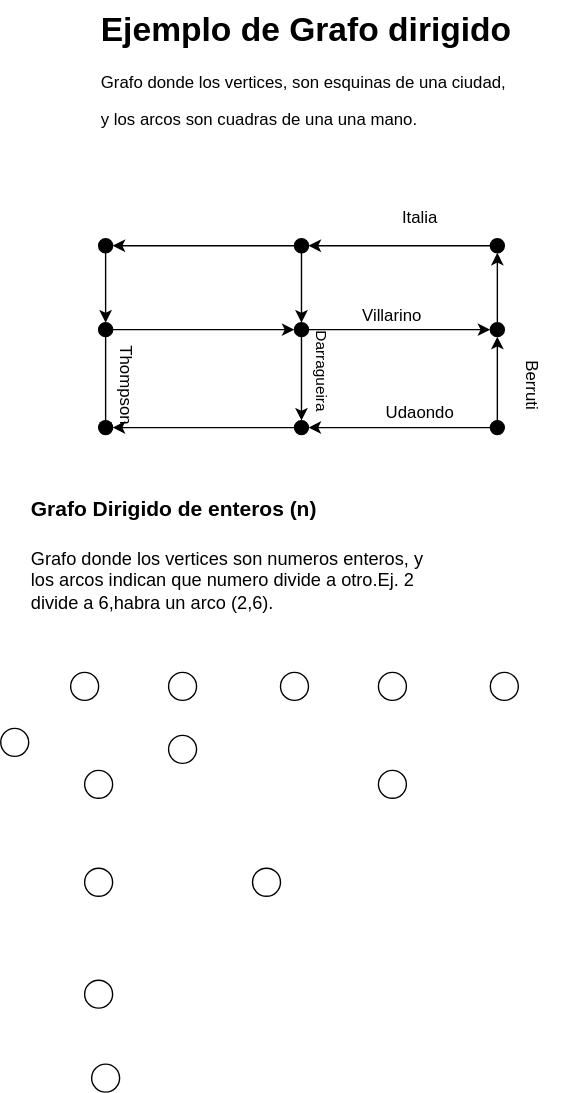
Nordcode-cyber/Algoritmos-Estructdatos keeps this draw.io diagram as Estructura-de-datos/Grafos/ejemplo-grafodir.drawio.svg. Above is the earlier version. Source tidied: cells renumbered, new cells last; positions are measured from the earlier drawing's top-left corner, leaving out a move shared by most shapes. Its diagram source:
```xml
<mxGraphModel>
  <root>
    <mxCell id="0" />
    <mxCell id="1" parent="0" />
    <mxCell id="2" value="&lt;h1 style=&quot;margin-top: 0px;&quot;&gt;Ejemplo de Grafo dirigido&lt;/h1&gt;&lt;p&gt;Grafo donde los vertices, son esquinas de una ciudad,&lt;/p&gt;&lt;p&gt;y los arcos son cuadras de una una mano.&lt;/p&gt;" style="text;html=1;whiteSpace=wrap;overflow=hidden;rounded=0;" parent="1" vertex="1">
      <mxGeometry x="70" width="330" height="120" as="geometry" />
    </mxCell>
    <mxCell id="3" style="edgeStyle=none;html=1;entryX=0.5;entryY=0;entryDx=0;entryDy=0;" parent="1" edge="1" source="4" target="7">
      <mxGeometry relative="1" as="geometry" />
    </mxCell>
    <mxCell id="4" style="ellipse;whiteSpace=wrap;html=1;fillColor=light-dark(#000000,#FFFFFF);" parent="1" vertex="1">
      <mxGeometry x="70" y="170" width="10" height="10" as="geometry" />
    </mxCell>
    <mxCell id="5" style="edgeStyle=none;html=1;entryX=0;entryY=0.5;entryDx=0;entryDy=0;" parent="1" edge="1" source="7" target="14">
      <mxGeometry relative="1" as="geometry" />
    </mxCell>
    <mxCell id="6" style="edgeStyle=none;html=1;entryX=0.5;entryY=1;entryDx=0;entryDy=0;" parent="1" edge="1" source="7" target="8">
      <mxGeometry relative="1" as="geometry" />
    </mxCell>
    <mxCell id="7" style="ellipse;whiteSpace=wrap;html=1;fillColor=light-dark(#000000,#FFFFFF);" parent="1" vertex="1">
      <mxGeometry x="70" y="230" width="10" height="10" as="geometry" />
    </mxCell>
    <mxCell id="8" style="ellipse;whiteSpace=wrap;html=1;fillColor=light-dark(#000000,#FFFFFF);" parent="1" vertex="1">
      <mxGeometry x="70" y="300" width="10" height="10" as="geometry" />
    </mxCell>
    <mxCell id="9" style="edgeStyle=none;html=1;entryX=0.5;entryY=0;entryDx=0;entryDy=0;" parent="1" edge="1" source="11" target="14">
      <mxGeometry relative="1" as="geometry" />
    </mxCell>
    <mxCell id="10" style="edgeStyle=none;html=1;entryX=1;entryY=0.5;entryDx=0;entryDy=0;" parent="1" edge="1" source="11" target="4">
      <mxGeometry relative="1" as="geometry" />
    </mxCell>
    <mxCell id="11" style="ellipse;whiteSpace=wrap;html=1;fillColor=light-dark(#000000,#FFFFFF);" parent="1" vertex="1">
      <mxGeometry x="210" y="170" width="10" height="10" as="geometry" />
    </mxCell>
    <mxCell id="12" style="edgeStyle=none;html=1;entryX=0;entryY=0.5;entryDx=0;entryDy=0;" parent="1" edge="1" source="14" target="20">
      <mxGeometry relative="1" as="geometry" />
    </mxCell>
    <mxCell id="13" style="edgeStyle=none;html=1;entryX=0.5;entryY=0;entryDx=0;entryDy=0;" parent="1" edge="1" source="14" target="16">
      <mxGeometry relative="1" as="geometry" />
    </mxCell>
    <mxCell id="14" style="ellipse;whiteSpace=wrap;html=1;fillColor=light-dark(#000000,#FFFFFF);" parent="1" vertex="1">
      <mxGeometry x="210" y="230" width="10" height="10" as="geometry" />
    </mxCell>
    <mxCell id="15" style="edgeStyle=none;html=1;entryX=1;entryY=0.5;entryDx=0;entryDy=0;" parent="1" edge="1" source="16" target="8">
      <mxGeometry relative="1" as="geometry" />
    </mxCell>
    <mxCell id="16" style="ellipse;whiteSpace=wrap;html=1;fillColor=light-dark(#000000,#FFFFFF);" parent="1" vertex="1">
      <mxGeometry x="210" y="300" width="10" height="10" as="geometry" />
    </mxCell>
    <mxCell id="17" style="edgeStyle=none;html=1;entryX=1;entryY=0.5;entryDx=0;entryDy=0;" parent="1" edge="1" source="18" target="11">
      <mxGeometry relative="1" as="geometry" />
    </mxCell>
    <mxCell id="18" style="ellipse;whiteSpace=wrap;html=1;fillColor=light-dark(#000000,#FFFFFF);" parent="1" vertex="1">
      <mxGeometry x="350" y="170" width="10" height="10" as="geometry" />
    </mxCell>
    <mxCell id="19" style="edgeStyle=none;html=1;entryX=0.5;entryY=1;entryDx=0;entryDy=0;" parent="1" edge="1" source="20" target="18">
      <mxGeometry relative="1" as="geometry" />
    </mxCell>
    <mxCell id="20" style="ellipse;whiteSpace=wrap;html=1;fillColor=light-dark(#000000,#FFFFFF);" parent="1" vertex="1">
      <mxGeometry x="350" y="230" width="10" height="10" as="geometry" />
    </mxCell>
    <mxCell id="21" style="edgeStyle=none;html=1;entryX=1;entryY=0.5;entryDx=0;entryDy=0;" parent="1" edge="1" source="23" target="16">
      <mxGeometry relative="1" as="geometry" />
    </mxCell>
    <mxCell id="22" style="edgeStyle=none;html=1;entryX=0.5;entryY=1;entryDx=0;entryDy=0;" parent="1" edge="1" source="23" target="20">
      <mxGeometry relative="1" as="geometry" />
    </mxCell>
    <mxCell id="23" style="ellipse;whiteSpace=wrap;html=1;fillColor=light-dark(#000000,#FFFFFF);" parent="1" vertex="1">
      <mxGeometry x="350" y="300" width="10" height="10" as="geometry" />
    </mxCell>
    <mxCell id="24" value="Italia" style="text;html=1;align=center;verticalAlign=middle;whiteSpace=wrap;rounded=0;" parent="1" vertex="1">
      <mxGeometry x="270" y="140" width="60" height="30" as="geometry" />
    </mxCell>
    <mxCell id="25" value="Berruti" style="text;html=1;align=center;verticalAlign=middle;whiteSpace=wrap;rounded=0;rotation=90;" parent="1" vertex="1">
      <mxGeometry x="350" y="260" width="60" height="30" as="geometry" />
    </mxCell>
    <mxCell id="26" value="Udaondo" style="text;html=1;align=center;verticalAlign=middle;whiteSpace=wrap;rounded=0;" parent="1" vertex="1">
      <mxGeometry x="270" y="280" width="60" height="30" as="geometry" />
    </mxCell>
    <mxCell id="27" value="&lt;font style=&quot;font-size: 11px;&quot;&gt;Darragueira&lt;/font&gt;" style="text;html=1;align=center;verticalAlign=middle;whiteSpace=wrap;rounded=0;rotation=90;" parent="1" vertex="1">
      <mxGeometry x="190" y="250" width="80" height="30" as="geometry" />
    </mxCell>
    <mxCell id="28" value="Villarino" style="text;html=1;align=center;verticalAlign=middle;whiteSpace=wrap;rounded=0;" parent="1" vertex="1">
      <mxGeometry x="250" y="210" width="60" height="30" as="geometry" />
    </mxCell>
    <mxCell id="29" value="Thompson" style="text;html=1;align=center;verticalAlign=middle;whiteSpace=wrap;rounded=0;rotation=90;" parent="1" vertex="1">
      <mxGeometry x="60" y="260" width="60" height="30" as="geometry" />
    </mxCell>
    <mxCell id="30" value="&lt;h1 style=&quot;margin-top: 0px;&quot;&gt;&lt;span style=&quot;font-size: 15px;&quot;&gt;Grafo Dirigido de enteros (n)&lt;/span&gt;&lt;/h1&gt;&lt;p&gt;&lt;font style=&quot;font-size: 13px;&quot;&gt;Grafo donde los vertices son numeros enteros, y los arcos indican que numero divide a otro.Ej. 2 divide a 6,habra un arco (2,6).&lt;/font&gt;&lt;/p&gt;" style="text;html=1;whiteSpace=wrap;overflow=hidden;rounded=0;" parent="1" vertex="1">
      <mxGeometry x="20" y="340" width="290" height="120" as="geometry" />
    </mxCell>
    <mxCell id="31" style="ellipse;whiteSpace=wrap;html=1;" parent="1" vertex="1">
      <mxGeometry y="520" width="20" height="20" as="geometry" />
    </mxCell>
    <mxCell id="32" style="ellipse;whiteSpace=wrap;html=1;" parent="1" vertex="1">
      <mxGeometry x="50" y="480" width="20" height="20" as="geometry" />
    </mxCell>
    <mxCell id="33" style="ellipse;whiteSpace=wrap;html=1;" parent="1" vertex="1">
      <mxGeometry x="120" y="480" width="20" height="20" as="geometry" />
    </mxCell>
    <mxCell id="34" style="ellipse;whiteSpace=wrap;html=1;" parent="1" vertex="1">
      <mxGeometry x="200" y="480" width="20" height="20" as="geometry" />
    </mxCell>
    <mxCell id="35" style="ellipse;whiteSpace=wrap;html=1;" parent="1" vertex="1">
      <mxGeometry x="270" y="480" width="20" height="20" as="geometry" />
    </mxCell>
    <mxCell id="36" style="ellipse;whiteSpace=wrap;html=1;" parent="1" vertex="1">
      <mxGeometry x="350" y="480" width="20" height="20" as="geometry" />
    </mxCell>
    <mxCell id="37" style="ellipse;whiteSpace=wrap;html=1;" parent="1" vertex="1">
      <mxGeometry x="60" y="550" width="20" height="20" as="geometry" />
    </mxCell>
    <mxCell id="38" style="ellipse;whiteSpace=wrap;html=1;" parent="1" vertex="1">
      <mxGeometry x="120" y="525" width="20" height="20" as="geometry" />
    </mxCell>
    <mxCell id="39" style="ellipse;whiteSpace=wrap;html=1;" parent="1" vertex="1">
      <mxGeometry x="60" y="620" width="20" height="20" as="geometry" />
    </mxCell>
    <mxCell id="40" style="ellipse;whiteSpace=wrap;html=1;" parent="1" vertex="1">
      <mxGeometry x="270" y="550" width="20" height="20" as="geometry" />
    </mxCell>
    <mxCell id="41" style="ellipse;whiteSpace=wrap;html=1;" parent="1" vertex="1">
      <mxGeometry x="60" y="700" width="20" height="20" as="geometry" />
    </mxCell>
    <mxCell id="42" style="ellipse;whiteSpace=wrap;html=1;" parent="1" vertex="1">
      <mxGeometry x="180" y="620" width="20" height="20" as="geometry" />
    </mxCell>
    <mxCell id="43" style="ellipse;whiteSpace=wrap;html=1;" parent="1" vertex="1">
      <mxGeometry x="65" y="760" width="20" height="20" as="geometry" />
    </mxCell>
  </root>
</mxGraphModel>
```
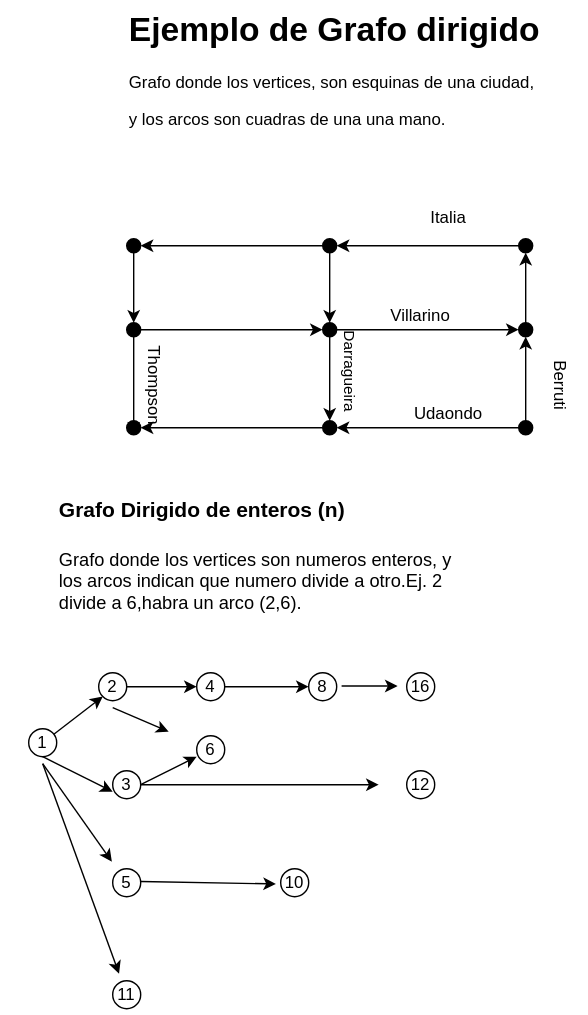
The same file after the commit.

Change to the diagram source:
```diff
@@ -89,9 +89,15 @@
     <mxCell id="30" value="&lt;h1 style=&quot;margin-top: 0px;&quot;&gt;&lt;span style=&quot;font-size: 15px;&quot;&gt;Grafo Dirigido de enteros (n)&lt;/span&gt;&lt;/h1&gt;&lt;p&gt;&lt;font style=&quot;font-size: 13px;&quot;&gt;Grafo donde los vertices son numeros enteros, y los arcos indican que numero divide a otro.Ej. 2 divide a 6,habra un arco (2,6).&lt;/font&gt;&lt;/p&gt;" style="text;html=1;whiteSpace=wrap;overflow=hidden;rounded=0;" parent="1" vertex="1">
       <mxGeometry x="20" y="340" width="290" height="120" as="geometry" />
     </mxCell>
+    <mxCell id="44" style="edgeStyle=none;html=1;entryX=0;entryY=1;entryDx=0;entryDy=0;" parent="1" edge="1" source="31" target="32">
+      <mxGeometry relative="1" as="geometry" />
+    </mxCell>
     <mxCell id="31" style="ellipse;whiteSpace=wrap;html=1;" parent="1" vertex="1">
       <mxGeometry y="520" width="20" height="20" as="geometry" />
     </mxCell>
+    <mxCell id="45" style="edgeStyle=none;html=1;entryX=0;entryY=0.5;entryDx=0;entryDy=0;" parent="1" edge="1" source="32" target="33">
+      <mxGeometry relative="1" as="geometry" />
+    </mxCell>
     <mxCell id="32" style="ellipse;whiteSpace=wrap;html=1;" parent="1" vertex="1">
       <mxGeometry x="50" y="480" width="20" height="20" as="geometry" />
     </mxCell>
@@ -104,9 +110,6 @@
     <mxCell id="35" style="ellipse;whiteSpace=wrap;html=1;" parent="1" vertex="1">
       <mxGeometry x="270" y="480" width="20" height="20" as="geometry" />
     </mxCell>
-    <mxCell id="36" style="ellipse;whiteSpace=wrap;html=1;" parent="1" vertex="1">
-      <mxGeometry x="350" y="480" width="20" height="20" as="geometry" />
-    </mxCell>
     <mxCell id="37" style="ellipse;whiteSpace=wrap;html=1;" parent="1" vertex="1">
       <mxGeometry x="60" y="550" width="20" height="20" as="geometry" />
     </mxCell>
@@ -125,8 +128,85 @@
     <mxCell id="42" style="ellipse;whiteSpace=wrap;html=1;" parent="1" vertex="1">
       <mxGeometry x="180" y="620" width="20" height="20" as="geometry" />
     </mxCell>
-    <mxCell id="43" style="ellipse;whiteSpace=wrap;html=1;" parent="1" vertex="1">
-      <mxGeometry x="65" y="760" width="20" height="20" as="geometry" />
-    </mxCell>
+    <mxCell id="46" style="edgeStyle=none;html=1;" parent="1" edge="1" source="48" target="53">
+      <mxGeometry relative="1" as="geometry" />
+    </mxCell>
+    <mxCell id="47" style="edgeStyle=none;html=1;exitX=0.5;exitY=1;exitDx=0;exitDy=0;" parent="1" edge="1" source="48" target="57">
+      <mxGeometry relative="1" as="geometry" />
+    </mxCell>
+    <mxCell id="48" value="&lt;font style=&quot;color: light-dark(rgb(0, 0, 0), rgb(0, 0, 255));&quot;&gt;1&lt;/font&gt;" style="text;html=1;align=center;verticalAlign=middle;whiteSpace=wrap;rounded=0;" parent="1" vertex="1">
+      <mxGeometry x="-20" y="515" width="60" height="30" as="geometry" />
+    </mxCell>
+    <mxCell id="49" value="&lt;font style=&quot;color: light-dark(rgb(0, 0, 0), rgb(0, 0, 255));&quot;&gt;2&lt;/font&gt;" style="text;html=1;align=center;verticalAlign=middle;whiteSpace=wrap;rounded=0;" parent="1" vertex="1">
+      <mxGeometry x="30" y="475" width="60" height="30" as="geometry" />
+    </mxCell>
+    <mxCell id="50" value="&lt;font style=&quot;color: light-dark(rgb(0, 0, 0), rgb(0, 0, 255));&quot;&gt;4&lt;/font&gt;" style="text;html=1;align=center;verticalAlign=middle;whiteSpace=wrap;rounded=0;" parent="1" vertex="1">
+      <mxGeometry x="100" y="475" width="60" height="30" as="geometry" />
+    </mxCell>
+    <mxCell id="51" value="&lt;font style=&quot;color: light-dark(rgb(0, 0, 0), rgb(0, 0, 255));&quot;&gt;8&lt;/font&gt;" style="text;html=1;align=center;verticalAlign=middle;whiteSpace=wrap;rounded=0;" parent="1" vertex="1">
+      <mxGeometry x="180" y="475" width="60" height="30" as="geometry" />
+    </mxCell>
+    <mxCell id="52" value="&lt;font style=&quot;color: light-dark(rgb(0, 0, 0), rgb(0, 0, 255));&quot;&gt;16&lt;/font&gt;" style="text;html=1;align=center;verticalAlign=middle;whiteSpace=wrap;rounded=0;" parent="1" vertex="1">
+      <mxGeometry x="250" y="475" width="60" height="30" as="geometry" />
+    </mxCell>
+    <mxCell id="53" value="&lt;font style=&quot;color: light-dark(rgb(0, 0, 0), rgb(0, 0, 255));&quot;&gt;3&lt;/font&gt;" style="text;html=1;align=center;verticalAlign=middle;whiteSpace=wrap;rounded=0;" parent="1" vertex="1">
+      <mxGeometry x="40" y="545" width="60" height="30" as="geometry" />
+    </mxCell>
+    <mxCell id="54" value="&lt;font style=&quot;color: light-dark(rgb(0, 0, 0), rgb(0, 0, 255));&quot;&gt;6&lt;/font&gt;" style="text;html=1;align=center;verticalAlign=middle;whiteSpace=wrap;rounded=0;" parent="1" vertex="1">
+      <mxGeometry x="100" y="520" width="60" height="30" as="geometry" />
+    </mxCell>
+    <mxCell id="55" value="&lt;font style=&quot;color: light-dark(rgb(0, 0, 0), rgb(0, 0, 255));&quot;&gt;12&lt;/font&gt;" style="text;html=1;align=center;verticalAlign=middle;whiteSpace=wrap;rounded=0;" parent="1" vertex="1">
+      <mxGeometry x="250" y="545" width="60" height="30" as="geometry" />
+    </mxCell>
+    <mxCell id="56" style="edgeStyle=none;html=1;entryX=0.25;entryY=1;entryDx=0;entryDy=0;exitX=0.64;exitY=0.94;exitDx=0;exitDy=0;exitPerimeter=0;" parent="1" edge="1">
+      <mxGeometry relative="1" as="geometry">
+        <mxPoint x="80" y="629.1" as="sourcePoint" />
+        <mxPoint x="176.6" y="630.9" as="targetPoint" />
+      </mxGeometry>
+    </mxCell>
+    <mxCell id="57" value="&lt;font style=&quot;color: light-dark(rgb(0, 0, 0), rgb(0, 0, 255));&quot;&gt;5&lt;/font&gt;" style="text;html=1;align=center;verticalAlign=middle;whiteSpace=wrap;rounded=0;" parent="1" vertex="1">
+      <mxGeometry x="40" y="615" width="60" height="30" as="geometry" />
+    </mxCell>
+    <mxCell id="58" value="&lt;font style=&quot;color: light-dark(rgb(0, 0, 0), rgb(0, 0, 255));&quot;&gt;10&lt;/font&gt;" style="text;html=1;align=center;verticalAlign=middle;whiteSpace=wrap;rounded=0;" parent="1" vertex="1">
+      <mxGeometry x="160" y="615" width="60" height="30" as="geometry" />
+    </mxCell>
+    <mxCell id="59" value="&lt;font style=&quot;color: light-dark(rgb(0, 0, 0), rgb(0, 0, 255));&quot;&gt;11&lt;/font&gt;" style="text;html=1;align=center;verticalAlign=middle;whiteSpace=wrap;rounded=0;" parent="1" vertex="1">
+      <mxGeometry x="40" y="695" width="60" height="30" as="geometry" />
+    </mxCell>
+    <mxCell id="60" style="edgeStyle=none;html=1;entryX=0.333;entryY=0.5;entryDx=0;entryDy=0;entryPerimeter=0;exitX=0.667;exitY=0.5;exitDx=0;exitDy=0;exitPerimeter=0;" parent="1" edge="1" source="50" target="51">
+      <mxGeometry relative="1" as="geometry" />
+    </mxCell>
+    <mxCell id="61" style="endArrow=classic;html=1;" parent="1" edge="1" source="48" target="53">
+      <mxGeometry relative="1" as="geometry" />
+    </mxCell>
+    <mxCell id="62" style="edgeStyle=none;html=1;exitX=0.5;exitY=1;exitDx=0;exitDy=0;" parent="1" edge="1" source="49" target="54">
+      <mxGeometry relative="1" as="geometry" />
+    </mxCell>
+    <mxCell id="63" style="edgeStyle=none;html=1;exitX=0.5;exitY=1;exitDx=0;exitDy=0;" parent="1" edge="1" source="48" target="59">
+      <mxGeometry relative="1" as="geometry" />
+    </mxCell>
+    <mxCell id="64" style="endArrow=classic;html=1;" parent="1" edge="1">
+      <mxGeometry relative="1" as="geometry">
+        <mxPoint x="10" y="540" as="sourcePoint" />
+        <mxPoint x="60" y="565" as="targetPoint" />
+      </mxGeometry>
+    </mxCell>
+    <mxCell id="65" style="endArrow=classic;html=1;" parent="1" edge="1" target="55">
+      <mxGeometry relative="1" as="geometry">
+        <mxPoint x="80" y="560" as="sourcePoint" />
+      </mxGeometry>
+    </mxCell>
+    <mxCell id="66" style="endArrow=classic;html=1;" parent="1" edge="1">
+      <mxGeometry relative="1" as="geometry">
+        <mxPoint x="80" y="560" as="sourcePoint" />
+        <mxPoint x="120" y="540" as="targetPoint" />
+      </mxGeometry>
+    </mxCell>
+    <mxCell id="67" style="endArrow=classic;html=1;" parent="1" edge="1">
+      <mxGeometry relative="1" as="geometry">
+        <mxPoint x="223.5" y="489.5" as="sourcePoint" />
+        <mxPoint x="263.5" y="489.5" as="targetPoint" />
+      </mxGeometry>
+    </mxCell>
   </root>
 </mxGraphModel>
```
